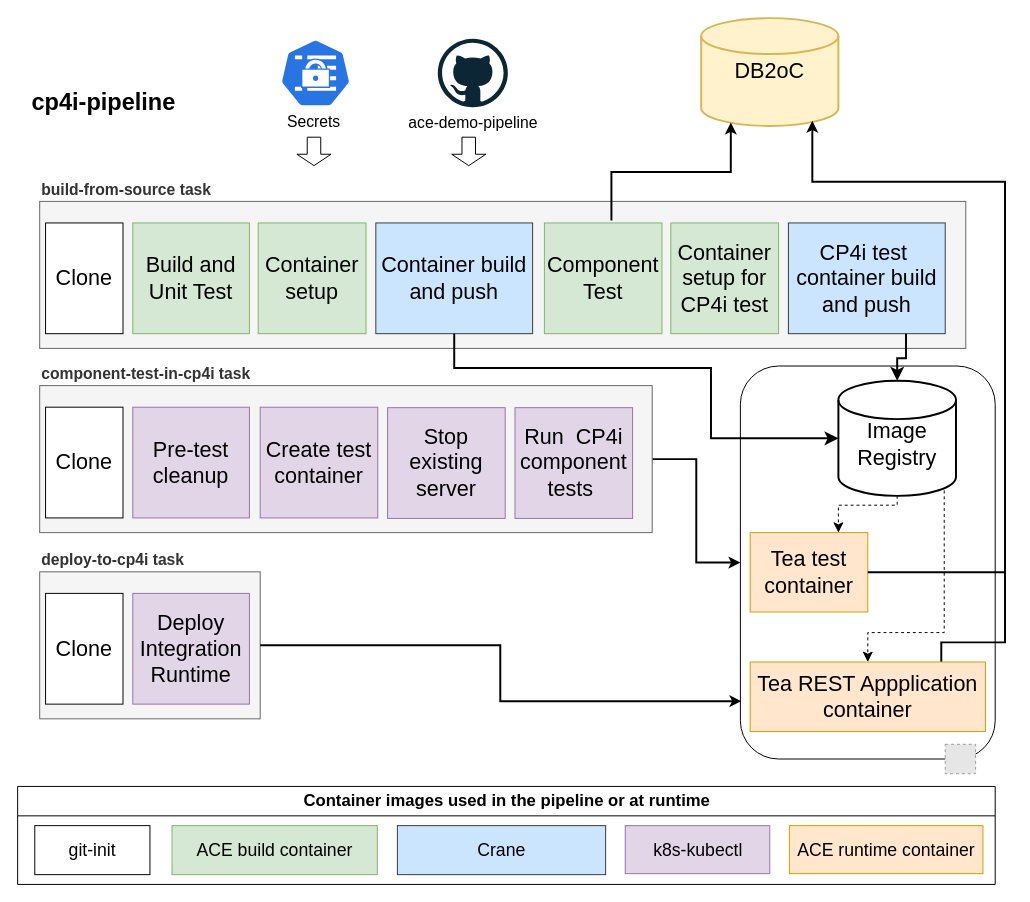
The draw.io diagram demo-infrastructure/images/tekton-cp4i-pipeline.drawio in ot4i/ace-demo-pipeline, before the edit. Source tidied: cells renumbered, new cells numbered last; positions are measured from the earlier drawing's top-left corner, leaving out a move shared by most shapes. Both pictures are drawn from the tidied source at 98%, with x=0, y=0 at pixel (17, 18). Pictures stored in the file or linked from it are replaced by grey dashed boxes.
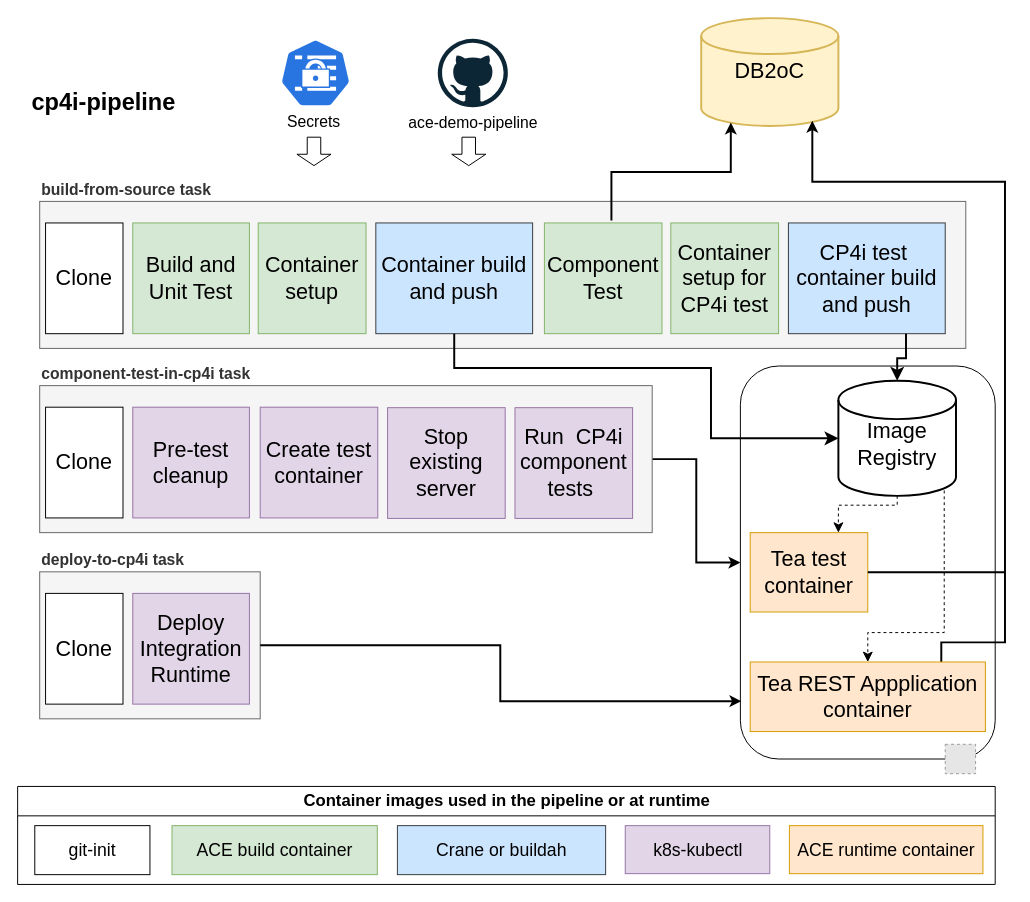
After the change.

The change refers to these unchanged cells:
```xml
<mxCell id="21" value="Container images used in the pipeline or at runtime" style="swimlane;whiteSpace=wrap;html=1;startSize=30;fontSize=17;" parent="1" vertex="1">
  <mxGeometry x="0.5" y="784" width="997.5" height="100" as="geometry" />
</mxCell>
```

What changed in the source:
```diff
@@
-    <mxCell id="24" value="Crane" style="rounded=0;whiteSpace=wrap;html=1;fontSize=18;fillColor=#cce5ff;strokeColor=#36393d;" parent="21" vertex="1">
+    <mxCell id="24" value="Crane or buildah" style="rounded=0;whiteSpace=wrap;html=1;fontSize=18;fillColor=#cce5ff;strokeColor=#36393d;" parent="21" vertex="1">
       <mxGeometry x="387.5" y="40" width="212.5" height="50" as="geometry" />
     </mxCell>
```
